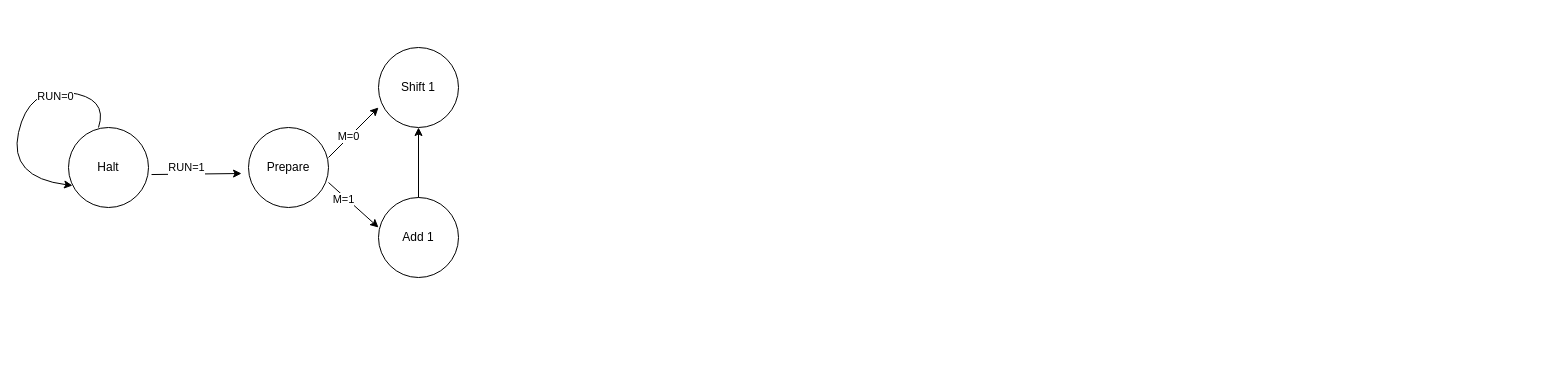
Earlier version of the draw.io diagram Untitled Diagram.drawio (ConnorMichalec/TheGoodCompetition). Source tidied: cells renumbered, new cells numbered last; positions are measured from the earlier drawing's top-left corner, leaving out a move shared by most shapes. Both pictures are drawn from the tidied source at 100%, with x=0, y=0 at pixel (8, 47).
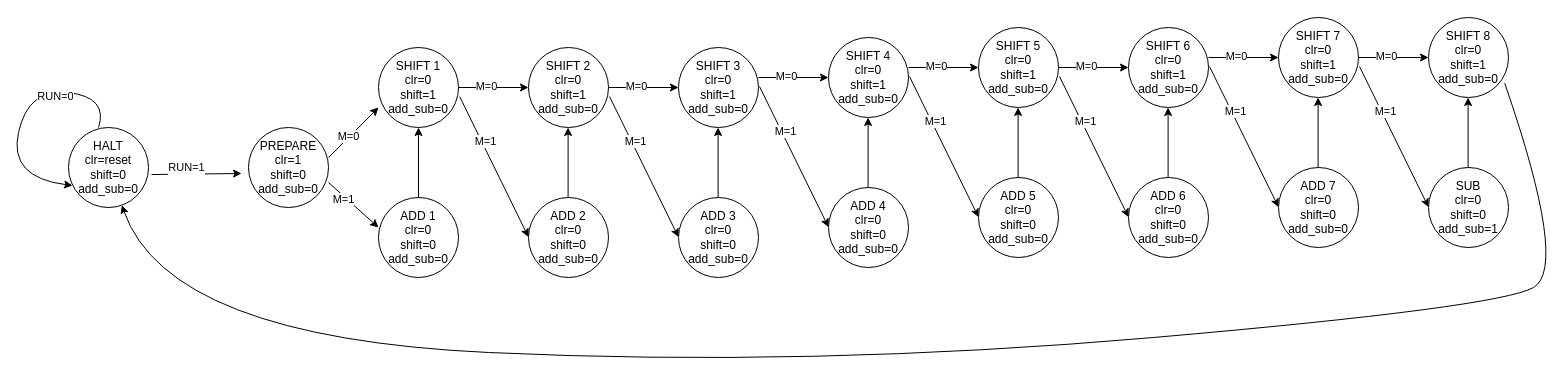
After the change.

The edit, as a diff of the source:
```diff
@@
-    <mxCell id="2" value="Halt" style="ellipse;whiteSpace=wrap;html=1;" parent="1" vertex="1">
+    <mxCell id="2" value="&lt;div&gt;HALT&lt;/div&gt;&lt;div&gt;clr=reset&lt;/div&gt;&lt;div&gt;shift=0&lt;/div&gt;&lt;div&gt;add_sub=0&lt;/div&gt;" style="ellipse;whiteSpace=wrap;html=1;" parent="1" vertex="1">
       <mxGeometry x="60" y="80" width="80" height="80" as="geometry" />
     </mxCell>
-    <mxCell id="3" value="Prepare" style="ellipse;whiteSpace=wrap;html=1;" parent="1" vertex="1">
+    <mxCell id="3" value="&lt;div&gt;PREPARE&lt;br&gt;&lt;/div&gt;&lt;div&gt;clr=1&lt;/div&gt;&lt;div&gt;shift=0&lt;/div&gt;&lt;div&gt;add_sub=0&lt;br&gt;&lt;/div&gt;" style="ellipse;whiteSpace=wrap;html=1;" parent="1" vertex="1">
       <mxGeometry x="240" y="80" width="80" height="80" as="geometry" />
     </mxCell>
@@
-    <mxCell id="8" value="Shift 1" style="ellipse;whiteSpace=wrap;html=1;" parent="1" vertex="1">
+    <mxCell id="8" value="&lt;div&gt;SHIFT 1&lt;/div&gt;&lt;div&gt;clr=0&lt;/div&gt;&lt;div&gt;shift=1&lt;/div&gt;&lt;div&gt;add_sub=0&lt;br&gt;&lt;/div&gt;" style="ellipse;whiteSpace=wrap;html=1;" parent="1" vertex="1">
       <mxGeometry x="370" width="80" height="80" as="geometry" />
     </mxCell>
-    <mxCell id="9" value="Add 1" style="ellipse;whiteSpace=wrap;html=1;" parent="1" vertex="1">
+    <mxCell id="9" value="&lt;div&gt;ADD 1&lt;/div&gt;&lt;div&gt;clr=0&lt;/div&gt;&lt;div&gt;shift=0&lt;/div&gt;&lt;div&gt;add_sub=0&lt;/div&gt;" style="ellipse;whiteSpace=wrap;html=1;" parent="1" vertex="1">
       <mxGeometry x="370" y="150" width="80" height="80" as="geometry" />
     </mxCell>
@@
+    <mxCell id="15" value="&lt;div&gt;SHIFT 2&lt;br&gt;&lt;/div&gt;&lt;div&gt;clr=0&lt;/div&gt;&lt;div&gt;shift=1&lt;/div&gt;&lt;div&gt;add_sub=0&lt;br&gt;&lt;/div&gt;" style="ellipse;whiteSpace=wrap;html=1;" parent="1" vertex="1">
+      <mxGeometry x="520" width="80" height="80" as="geometry" />
+    </mxCell>
+    <mxCell id="16" style="endArrow=classic;html=1;rounded=0;entryX=0;entryY=0.5;entryDx=0;entryDy=0;" parent="1" edge="1" target="15">
+      <mxGeometry relative="1" as="geometry">
+        <mxPoint x="450" y="40" as="sourcePoint" />
+      </mxGeometry>
+    </mxCell>
+    <mxCell id="17" value="M=0" style="edgeLabel;html=1;align=center;verticalAlign=middle;" parent="16" vertex="1">
+      <mxGeometry x="-0.24" y="2" relative="1" as="geometry" />
+    </mxCell>
+    <mxCell id="18" value="&lt;div&gt;ADD 2&lt;br&gt;&lt;/div&gt;&lt;div&gt;clr=0&lt;/div&gt;&lt;div&gt;shift=0&lt;/div&gt;&lt;div&gt;add_sub=0&lt;/div&gt;" style="ellipse;whiteSpace=wrap;html=1;" parent="1" vertex="1">
+      <mxGeometry x="520" y="150" width="80" height="80" as="geometry" />
+    </mxCell>
+    <mxCell id="19" style="endArrow=classic;html=1;rounded=0;entryX=0;entryY=0.5;entryDx=0;entryDy=0;exitX=1.015;exitY=0.614;exitDx=0;exitDy=0;exitPerimeter=0;" parent="1" edge="1" source="8">
+      <mxGeometry relative="1" as="geometry">
+        <mxPoint x="520" y="189.6" as="targetPoint" />
+      </mxGeometry>
+    </mxCell>
+    <mxCell id="20" value="M=1" style="edgeLabel;html=1;align=center;verticalAlign=middle;" parent="19" vertex="1">
+      <mxGeometry x="-0.35" y="3" relative="1" as="geometry" />
+    </mxCell>
+    <mxCell id="21" value="&lt;div&gt;SHIFT 3&lt;br&gt;&lt;/div&gt;&lt;div&gt;clr=0&lt;/div&gt;&lt;div&gt;shift=1&lt;/div&gt;&lt;div&gt;add_sub=0&lt;br&gt;&lt;/div&gt;" style="ellipse;whiteSpace=wrap;html=1;" parent="1" vertex="1">
+      <mxGeometry x="670" width="80" height="80" as="geometry" />
+    </mxCell>
+    <mxCell id="22" style="endArrow=classic;html=1;rounded=0;entryX=0;entryY=0.5;entryDx=0;entryDy=0;" parent="1" edge="1" target="21">
+      <mxGeometry relative="1" as="geometry">
+        <mxPoint x="600" y="40" as="sourcePoint" />
+      </mxGeometry>
+    </mxCell>
+    <mxCell id="23" value="M=0" style="edgeLabel;html=1;align=center;verticalAlign=middle;" parent="22" vertex="1">
+      <mxGeometry x="-0.24" y="2" relative="1" as="geometry" />
+    </mxCell>
+    <mxCell id="24" value="&lt;div&gt;ADD 3&lt;br&gt;&lt;/div&gt;&lt;div&gt;clr=0&lt;/div&gt;&lt;div&gt;shift=0&lt;/div&gt;&lt;div&gt;add_sub=0&lt;/div&gt;" style="ellipse;whiteSpace=wrap;html=1;" parent="1" vertex="1">
+      <mxGeometry x="670" y="150" width="80" height="80" as="geometry" />
+    </mxCell>
+    <mxCell id="25" style="endArrow=classic;html=1;rounded=0;entryX=0;entryY=0.5;entryDx=0;entryDy=0;exitX=1.015;exitY=0.614;exitDx=0;exitDy=0;exitPerimeter=0;" parent="1" edge="1">
+      <mxGeometry relative="1" as="geometry">
+        <mxPoint x="601" y="49" as="sourcePoint" />
+        <mxPoint x="670" y="189.6" as="targetPoint" />
+      </mxGeometry>
+    </mxCell>
+    <mxCell id="26" value="M=1" style="edgeLabel;html=1;align=center;verticalAlign=middle;" parent="25" vertex="1">
+      <mxGeometry x="-0.35" y="3" relative="1" as="geometry" />
+    </mxCell>
+    <mxCell id="27" value="&lt;div&gt;SHIFT 4&lt;/div&gt;&lt;div&gt;clr=0&lt;/div&gt;&lt;div&gt;shift=1&lt;/div&gt;&lt;div&gt;add_sub=0&lt;br&gt;&lt;/div&gt;" style="ellipse;whiteSpace=wrap;html=1;" parent="1" vertex="1">
+      <mxGeometry x="820" y="-10" width="80" height="80" as="geometry" />
+    </mxCell>
+    <mxCell id="28" style="endArrow=classic;html=1;rounded=0;entryX=0;entryY=0.5;entryDx=0;entryDy=0;" parent="1" edge="1" target="27">
+      <mxGeometry relative="1" as="geometry">
+        <mxPoint x="750" y="30" as="sourcePoint" />
+      </mxGeometry>
+    </mxCell>
+    <mxCell id="29" value="M=0" style="edgeLabel;html=1;align=center;verticalAlign=middle;" parent="28" vertex="1">
+      <mxGeometry x="-0.24" y="2" relative="1" as="geometry" />
+    </mxCell>
+    <mxCell id="30" value="&lt;div&gt;ADD 4&lt;br&gt;&lt;/div&gt;&lt;div&gt;clr=0&lt;/div&gt;&lt;div&gt;shift=0&lt;/div&gt;&lt;div&gt;add_sub=0&lt;/div&gt;" style="ellipse;whiteSpace=wrap;html=1;" parent="1" vertex="1">
+      <mxGeometry x="820" y="140" width="80" height="80" as="geometry" />
+    </mxCell>
+    <mxCell id="31" style="endArrow=classic;html=1;rounded=0;entryX=0;entryY=0.5;entryDx=0;entryDy=0;exitX=1.015;exitY=0.614;exitDx=0;exitDy=0;exitPerimeter=0;" parent="1" edge="1">
+      <mxGeometry relative="1" as="geometry">
+        <mxPoint x="751" y="39" as="sourcePoint" />
+        <mxPoint x="820" y="179.6" as="targetPoint" />
+      </mxGeometry>
+    </mxCell>
+    <mxCell id="32" value="M=1" style="edgeLabel;html=1;align=center;verticalAlign=middle;" parent="31" vertex="1">
+      <mxGeometry x="-0.35" y="3" relative="1" as="geometry" />
+    </mxCell>
+    <mxCell id="33" value="&lt;div&gt;SHIFT 5&lt;br&gt;&lt;/div&gt;&lt;div&gt;clr=0&lt;/div&gt;&lt;div&gt;shift=1&lt;/div&gt;&lt;div&gt;add_sub=0&lt;br&gt;&lt;/div&gt;" style="ellipse;whiteSpace=wrap;html=1;" parent="1" vertex="1">
+      <mxGeometry x="970" y="-20" width="80" height="80" as="geometry" />
+    </mxCell>
+    <mxCell id="34" style="endArrow=classic;html=1;rounded=0;entryX=0;entryY=0.5;entryDx=0;entryDy=0;" parent="1" edge="1" target="33">
+      <mxGeometry relative="1" as="geometry">
+        <mxPoint x="900" y="20" as="sourcePoint" />
+      </mxGeometry>
+    </mxCell>
+    <mxCell id="35" value="M=0" style="edgeLabel;html=1;align=center;verticalAlign=middle;" parent="34" vertex="1">
+      <mxGeometry x="-0.24" y="2" relative="1" as="geometry" />
+    </mxCell>
+    <mxCell id="36" value="&lt;div&gt;ADD 5&lt;br&gt;&lt;/div&gt;&lt;div&gt;clr=0&lt;/div&gt;&lt;div&gt;shift=0&lt;/div&gt;&lt;div&gt;add_sub=0&lt;/div&gt;" style="ellipse;whiteSpace=wrap;html=1;" parent="1" vertex="1">
+      <mxGeometry x="970" y="130" width="80" height="80" as="geometry" />
+    </mxCell>
+    <mxCell id="37" style="endArrow=classic;html=1;rounded=0;entryX=0;entryY=0.5;entryDx=0;entryDy=0;exitX=1.015;exitY=0.614;exitDx=0;exitDy=0;exitPerimeter=0;" parent="1" edge="1">
+      <mxGeometry relative="1" as="geometry">
+        <mxPoint x="901" y="29" as="sourcePoint" />
+        <mxPoint x="970" y="169.6" as="targetPoint" />
+      </mxGeometry>
+    </mxCell>
+    <mxCell id="38" value="M=1" style="edgeLabel;html=1;align=center;verticalAlign=middle;" parent="37" vertex="1">
+      <mxGeometry x="-0.35" y="3" relative="1" as="geometry" />
+    </mxCell>
+    <mxCell id="39" value="&lt;div&gt;SHIFT 6&lt;br&gt;&lt;/div&gt;&lt;div&gt;clr=0&lt;/div&gt;&lt;div&gt;shift=1&lt;/div&gt;&lt;div&gt;add_sub=0&lt;br&gt;&lt;/div&gt;" style="ellipse;whiteSpace=wrap;html=1;" parent="1" vertex="1">
+      <mxGeometry x="1120" y="-20" width="80" height="80" as="geometry" />
+    </mxCell>
+    <mxCell id="40" style="endArrow=classic;html=1;rounded=0;entryX=0;entryY=0.5;entryDx=0;entryDy=0;" parent="1" edge="1" target="39">
+      <mxGeometry relative="1" as="geometry">
+        <mxPoint x="1050" y="20" as="sourcePoint" />
+      </mxGeometry>
+    </mxCell>
+    <mxCell id="41" value="M=0" style="edgeLabel;html=1;align=center;verticalAlign=middle;" parent="40" vertex="1">
+      <mxGeometry x="-0.24" y="2" relative="1" as="geometry" />
+    </mxCell>
+    <mxCell id="42" value="&lt;div&gt;ADD 6&lt;br&gt;&lt;/div&gt;&lt;div&gt;clr=0&lt;/div&gt;&lt;div&gt;shift=0&lt;/div&gt;&lt;div&gt;add_sub=0&lt;/div&gt;" style="ellipse;whiteSpace=wrap;html=1;" parent="1" vertex="1">
+      <mxGeometry x="1120" y="130" width="80" height="80" as="geometry" />
+    </mxCell>
+    <mxCell id="43" style="endArrow=classic;html=1;rounded=0;entryX=0;entryY=0.5;entryDx=0;entryDy=0;exitX=1.015;exitY=0.614;exitDx=0;exitDy=0;exitPerimeter=0;" parent="1" edge="1">
+      <mxGeometry relative="1" as="geometry">
+        <mxPoint x="1051" y="29" as="sourcePoint" />
+        <mxPoint x="1120" y="169.6" as="targetPoint" />
+      </mxGeometry>
+    </mxCell>
+    <mxCell id="44" value="M=1" style="edgeLabel;html=1;align=center;verticalAlign=middle;" parent="43" vertex="1">
+      <mxGeometry x="-0.35" y="3" relative="1" as="geometry" />
+    </mxCell>
+    <mxCell id="45" value="&lt;div&gt;SHIFT 7&lt;br&gt;&lt;/div&gt;&lt;div&gt;clr=0&lt;/div&gt;&lt;div&gt;shift=1&lt;/div&gt;&lt;div&gt;add_sub=0&lt;br&gt;&lt;/div&gt;" style="ellipse;whiteSpace=wrap;html=1;" parent="1" vertex="1">
+      <mxGeometry x="1270" y="-30" width="80" height="80" as="geometry" />
+    </mxCell>
+    <mxCell id="46" style="endArrow=classic;html=1;rounded=0;entryX=0;entryY=0.5;entryDx=0;entryDy=0;" parent="1" edge="1" target="45">
+      <mxGeometry relative="1" as="geometry">
+        <mxPoint x="1200" y="10" as="sourcePoint" />
+      </mxGeometry>
+    </mxCell>
+    <mxCell id="47" value="M=0" style="edgeLabel;html=1;align=center;verticalAlign=middle;" parent="46" vertex="1">
+      <mxGeometry x="-0.24" y="2" relative="1" as="geometry" />
+    </mxCell>
+    <mxCell id="48" value="&lt;div&gt;ADD 7&lt;br&gt;&lt;/div&gt;&lt;div&gt;clr=0&lt;/div&gt;&lt;div&gt;shift=0&lt;/div&gt;&lt;div&gt;add_sub=0&lt;/div&gt;" style="ellipse;whiteSpace=wrap;html=1;" parent="1" vertex="1">
+      <mxGeometry x="1270" y="120" width="80" height="80" as="geometry" />
+    </mxCell>
+    <mxCell id="49" style="endArrow=classic;html=1;rounded=0;entryX=0;entryY=0.5;entryDx=0;entryDy=0;exitX=1.015;exitY=0.614;exitDx=0;exitDy=0;exitPerimeter=0;" parent="1" edge="1">
+      <mxGeometry relative="1" as="geometry">
+        <mxPoint x="1201" y="19" as="sourcePoint" />
+        <mxPoint x="1270" y="159.6" as="targetPoint" />
+      </mxGeometry>
+    </mxCell>
+    <mxCell id="50" value="M=1" style="edgeLabel;html=1;align=center;verticalAlign=middle;" parent="49" vertex="1">
+      <mxGeometry x="-0.35" y="3" relative="1" as="geometry" />
+    </mxCell>
+    <mxCell id="51" style="endArrow=classic;html=1;rounded=0;entryX=0.5;entryY=1;entryDx=0;entryDy=0;" parent="1" edge="1">
+      <mxGeometry relative="1" as="geometry">
+        <mxPoint x="559.6" y="150" as="sourcePoint" />
+        <mxPoint x="559.6" y="80" as="targetPoint" />
+      </mxGeometry>
+    </mxCell>
+    <mxCell id="52" style="endArrow=classic;html=1;rounded=0;entryX=0.5;entryY=1;entryDx=0;entryDy=0;" parent="1" edge="1">
+      <mxGeometry relative="1" as="geometry">
+        <mxPoint x="709.6" y="150" as="sourcePoint" />
+        <mxPoint x="709.6" y="80" as="targetPoint" />
+      </mxGeometry>
+    </mxCell>
+    <mxCell id="53" style="endArrow=classic;html=1;rounded=0;entryX=0.5;entryY=1;entryDx=0;entryDy=0;" parent="1" edge="1">
+      <mxGeometry relative="1" as="geometry">
+        <mxPoint x="859.6" y="140" as="sourcePoint" />
+        <mxPoint x="859.6" y="70" as="targetPoint" />
+      </mxGeometry>
+    </mxCell>
+    <mxCell id="54" style="endArrow=classic;html=1;rounded=0;entryX=0.5;entryY=1;entryDx=0;entryDy=0;" parent="1" edge="1">
+      <mxGeometry relative="1" as="geometry">
+        <mxPoint x="1009.6" y="130" as="sourcePoint" />
+        <mxPoint x="1009.6" y="60" as="targetPoint" />
+      </mxGeometry>
+    </mxCell>
+    <mxCell id="55" style="endArrow=classic;html=1;rounded=0;entryX=0.5;entryY=1;entryDx=0;entryDy=0;" parent="1" edge="1">
+      <mxGeometry relative="1" as="geometry">
+        <mxPoint x="1159.6" y="130" as="sourcePoint" />
+        <mxPoint x="1159.6" y="60" as="targetPoint" />
+      </mxGeometry>
+    </mxCell>
+    <mxCell id="56" style="endArrow=classic;html=1;rounded=0;entryX=0.5;entryY=1;entryDx=0;entryDy=0;" parent="1" edge="1">
+      <mxGeometry relative="1" as="geometry">
+        <mxPoint x="1309.6" y="120" as="sourcePoint" />
+        <mxPoint x="1309.6" y="50" as="targetPoint" />
+      </mxGeometry>
+    </mxCell>
+    <mxCell id="57" value="&lt;div&gt;SHIFT 8&lt;br&gt;&lt;/div&gt;&lt;div&gt;clr=0&lt;/div&gt;&lt;div&gt;shift=1&lt;/div&gt;&lt;div&gt;add_sub=0&lt;br&gt;&lt;/div&gt;" style="ellipse;whiteSpace=wrap;html=1;" parent="1" vertex="1">
+      <mxGeometry x="1420" y="-30" width="80" height="80" as="geometry" />
+    </mxCell>
+    <mxCell id="58" style="endArrow=classic;html=1;rounded=0;entryX=0;entryY=0.5;entryDx=0;entryDy=0;" parent="1" edge="1" target="57">
+      <mxGeometry relative="1" as="geometry">
+        <mxPoint x="1350" y="10" as="sourcePoint" />
+      </mxGeometry>
+    </mxCell>
+    <mxCell id="59" value="M=0" style="edgeLabel;html=1;align=center;verticalAlign=middle;" parent="58" vertex="1">
+      <mxGeometry x="-0.24" y="2" relative="1" as="geometry" />
+    </mxCell>
+    <mxCell id="60" value="&lt;div&gt;SUB&lt;br&gt;&lt;/div&gt;&lt;div&gt;clr=0&lt;/div&gt;&lt;div&gt;shift=0&lt;/div&gt;&lt;div&gt;add_sub=1&lt;/div&gt;" style="ellipse;whiteSpace=wrap;html=1;" parent="1" vertex="1">
+      <mxGeometry x="1420" y="120" width="80" height="80" as="geometry" />
+    </mxCell>
+    <mxCell id="61" style="endArrow=classic;html=1;rounded=0;entryX=0;entryY=0.5;entryDx=0;entryDy=0;exitX=1.015;exitY=0.614;exitDx=0;exitDy=0;exitPerimeter=0;" parent="1" edge="1">
+      <mxGeometry relative="1" as="geometry">
+        <mxPoint x="1351" y="19" as="sourcePoint" />
+        <mxPoint x="1420" y="159.6" as="targetPoint" />
+      </mxGeometry>
+    </mxCell>
+    <mxCell id="62" value="M=1" style="edgeLabel;html=1;align=center;verticalAlign=middle;" parent="61" vertex="1">
+      <mxGeometry x="-0.35" y="3" relative="1" as="geometry" />
+    </mxCell>
+    <mxCell id="63" style="endArrow=classic;html=1;rounded=0;entryX=0.5;entryY=1;entryDx=0;entryDy=0;" parent="1" edge="1">
+      <mxGeometry relative="1" as="geometry">
+        <mxPoint x="1459.6" y="120" as="sourcePoint" />
+        <mxPoint x="1459.6" y="50" as="targetPoint" />
+      </mxGeometry>
+    </mxCell>
+    <mxCell id="64" style="curved=1;endArrow=classic;html=1;rounded=0;exitX=0.953;exitY=0.822;exitDx=0;exitDy=0;exitPerimeter=0;" parent="1" edge="1" source="57" target="2">
+      <mxGeometry relative="1" as="geometry">
+        <Array as="points">
+          <mxPoint x="1560" y="220" />
+          <mxPoint x="1490" y="260" />
+          <mxPoint x="800" y="320" />
+          <mxPoint x="160" y="290" />
+        </Array>
+      </mxGeometry>
+    </mxCell>
```
